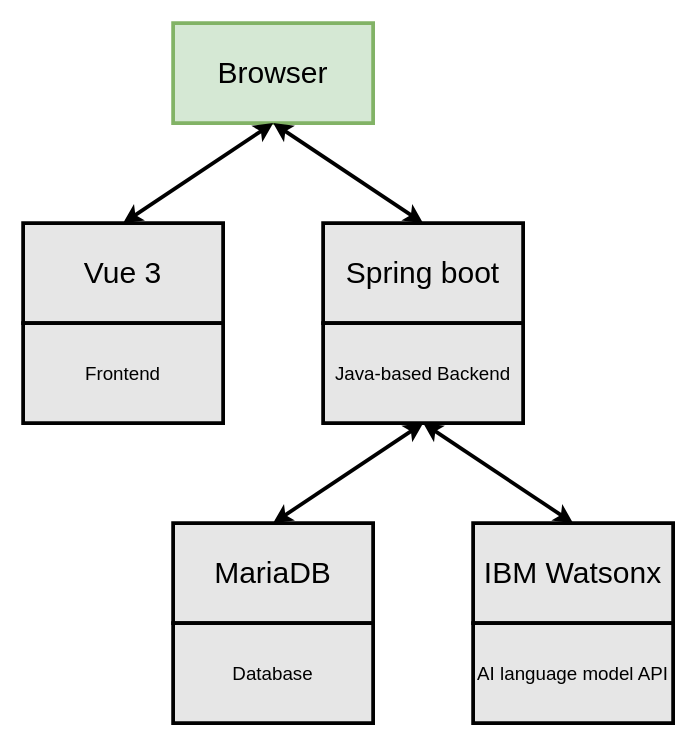
This is docs/architecture_diagram.drawio from spe-uob/2024-AILearningTool, a draw.io file, before an edit. Source tidied: cells renumbered, new cells numbered last; positions are measured from the earlier drawing's top-left corner, leaving out a move shared by most shapes. Both pictures are drawn from the tidied source at 125%, with x=0, y=0 at pixel (22, 22).
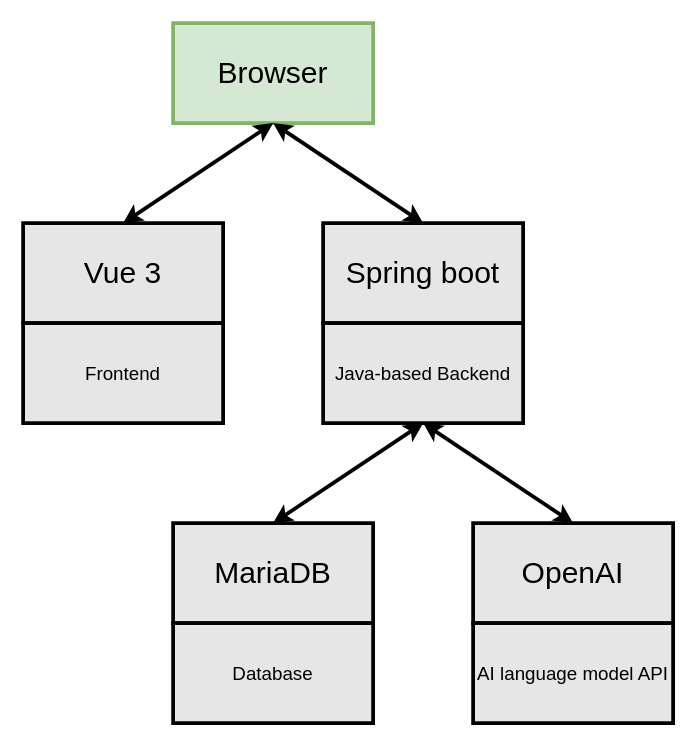
After the change.

Diff of the diagram source:
```diff
@@
 <mxGraphModel>
   <root>
     <mxCell id="0" />
     <mxCell id="1" parent="0" />
     <mxCell id="2" value="&lt;div style=&quot;font-size: 24px;&quot;&gt;Browser&lt;/div&gt;" style="rounded=0;whiteSpace=wrap;html=1;fillColor=#d5e8d4;strokeColor=#82b366;strokeWidth=3;fontSize=24;" parent="1" vertex="1">
       <mxGeometry x="120" width="160" height="80" as="geometry" />
     </mxCell>
     <mxCell id="3" value="MariaDB" style="rounded=0;whiteSpace=wrap;html=1;strokeWidth=3;fontSize=24;fillColor=#E6E6E6;" parent="1" vertex="1">
       <mxGeometry x="120" y="400" width="160" height="80" as="geometry" />
     </mxCell>
     <mxCell id="4" value="&lt;div style=&quot;font-size: 15px;&quot;&gt;Database&lt;/div&gt;" style="rounded=0;whiteSpace=wrap;html=1;strokeWidth=3;fillColor=#E6E6E6;fontSize=15;" parent="1" vertex="1">
       <mxGeometry x="120" y="480" width="160" height="80" as="geometry" />
     </mxCell>
     <mxCell id="5" style="endArrow=classic;startArrow=classic;html=1;rounded=0;entryX=0.5;entryY=1;entryDx=0;entryDy=0;exitX=0.5;exitY=0;exitDx=0;exitDy=0;strokeWidth=3;" parent="1" edge="1" source="8" target="2">
       <mxGeometry relative="1" as="geometry" />
     </mxCell>
     <mxCell id="6" style="endArrow=classic;startArrow=classic;html=1;rounded=0;entryX=0.5;entryY=1;entryDx=0;entryDy=0;strokeWidth=3;exitX=0.5;exitY=0;exitDx=0;exitDy=0;" parent="1" edge="1" source="10" target="2">
       <mxGeometry relative="1" as="geometry" />
     </mxCell>
     <mxCell id="7" style="endArrow=classic;startArrow=classic;html=1;rounded=0;exitX=0.5;exitY=0;exitDx=0;exitDy=0;strokeWidth=3;entryX=0.5;entryY=1;entryDx=0;entryDy=0;" parent="1" edge="1" source="3" target="11">
       <mxGeometry relative="1" as="geometry" />
     </mxCell>
     <mxCell id="8" value="Vue 3" style="rounded=0;whiteSpace=wrap;html=1;strokeWidth=3;fontSize=24;fillColor=#E6E6E6;" parent="1" vertex="1">
       <mxGeometry y="160" width="160" height="80" as="geometry" />
     </mxCell>
     <mxCell id="9" value="&lt;div style=&quot;font-size: 15px;&quot;&gt;Frontend&lt;/div&gt;" style="rounded=0;whiteSpace=wrap;html=1;strokeWidth=3;fillColor=#E6E6E6;fontSize=15;" parent="1" vertex="1">
       <mxGeometry y="240" width="160" height="80" as="geometry" />
     </mxCell>
     <mxCell id="10" value="&lt;div style=&quot;font-size: 24px;&quot;&gt;Spring boot&lt;/div&gt;" style="rounded=0;whiteSpace=wrap;html=1;strokeWidth=3;fontSize=24;fillColor=#E6E6E6;" parent="1" vertex="1">
       <mxGeometry x="240" y="160" width="160" height="80" as="geometry" />
     </mxCell>
     <mxCell id="11" value="&lt;div style=&quot;font-size: 15px;&quot;&gt;Java-based Backend&lt;br style=&quot;font-size: 15px;&quot;&gt;&lt;/div&gt;" style="rounded=0;whiteSpace=wrap;html=1;strokeWidth=3;fillColor=#E6E6E6;fontSize=15;" parent="1" vertex="1">
       <mxGeometry x="240" y="240" width="160" height="80" as="geometry" />
     </mxCell>
-    <mxCell id="12" value="&lt;div style=&quot;font-size: 24px;&quot;&gt;IBM Watsonx&lt;br&gt;&lt;/div&gt;" style="rounded=0;whiteSpace=wrap;html=1;strokeWidth=3;fontSize=24;fillColor=#E6E6E6;" parent="1" vertex="1">
+    <mxCell id="12" value="&lt;div style=&quot;font-size: 24px;&quot;&gt;OpenAI&lt;br&gt;&lt;/div&gt;" style="rounded=0;whiteSpace=wrap;html=1;strokeWidth=3;fontSize=24;fillColor=#E6E6E6;" parent="1" vertex="1">
       <mxGeometry x="360" y="400" width="160" height="80" as="geometry" />
     </mxCell>
     <mxCell id="13" value="AI language model API" style="rounded=0;whiteSpace=wrap;html=1;strokeWidth=3;fillColor=#E6E6E6;fontSize=15;" parent="1" vertex="1">
       <mxGeometry x="360" y="480" width="160" height="80" as="geometry" />
     </mxCell>
     <mxCell id="14" style="endArrow=classic;startArrow=classic;html=1;rounded=0;exitX=0.5;exitY=0;exitDx=0;exitDy=0;strokeWidth=3;entryX=0.5;entryY=1;entryDx=0;entryDy=0;" parent="1" edge="1" source="12" target="11">
       <mxGeometry relative="1" as="geometry" />
     </mxCell>
   </root>
 </mxGraphModel>
```
